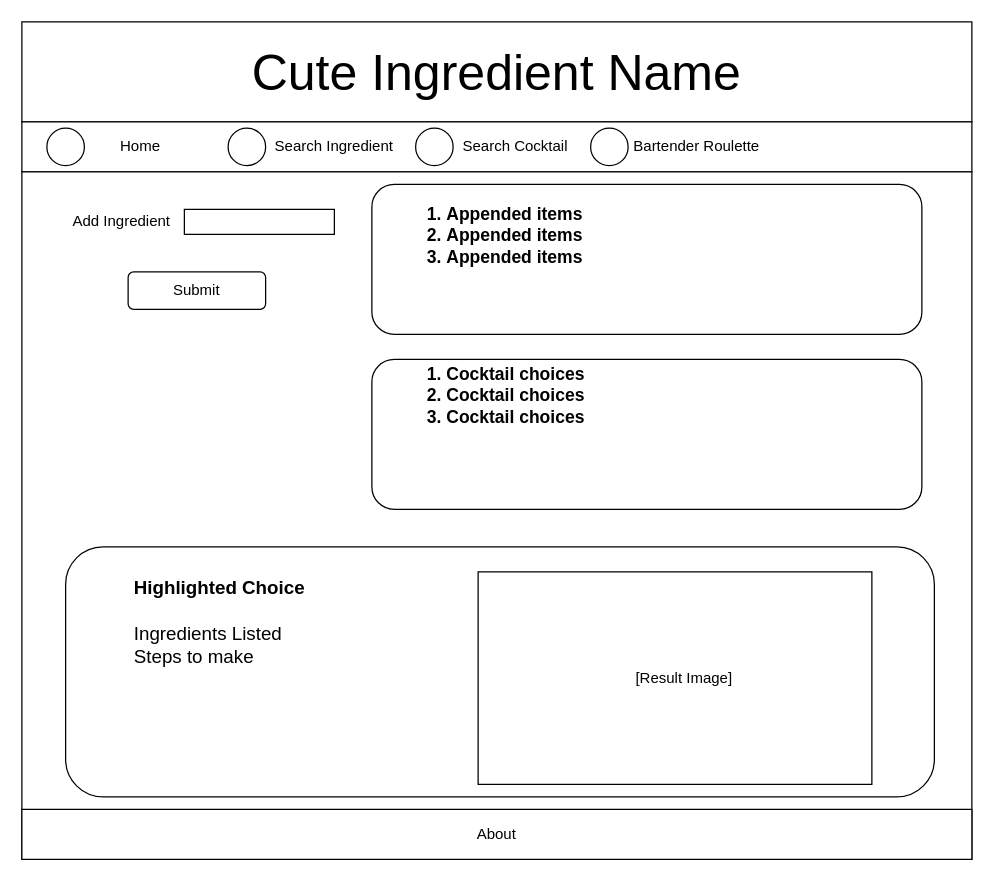
Before: page "Page 3" (3 of 4) of GitDrunk.drawio in Party-of-Five/gitDrunk, a draw.io diagram. Source tidied: cells renumbered, new cells numbered last; positions are measured from the earlier drawing's top-left corner, leaving out a move shared by most shapes. Both pictures are drawn from the tidied source at 125%, with x=0, y=0 at pixel (21, 21).
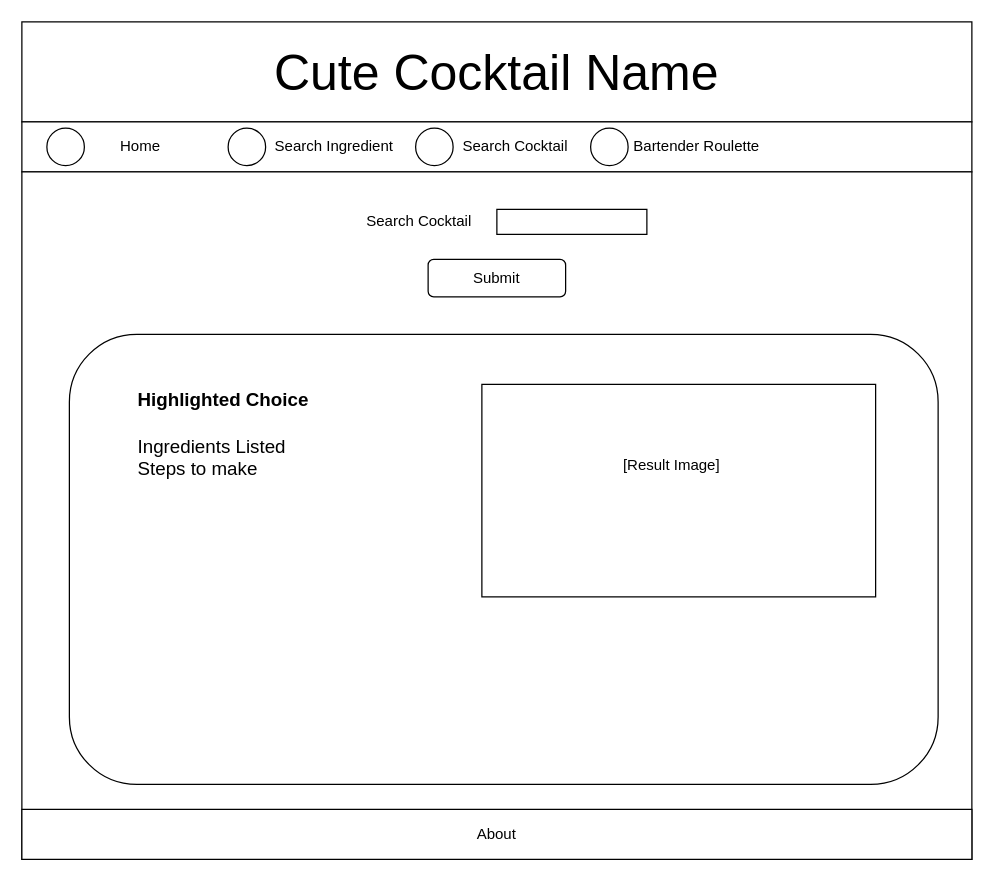
Above is the later version.

The edit, as a diff of the source:
```diff
@@
-    <mxCell id="3" value="&lt;font style=&quot;font-size: 40px&quot;&gt;Cute Ingredient Name&lt;/font&gt;" style="text;html=1;strokeColor=none;fillColor=none;align=center;verticalAlign=middle;whiteSpace=wrap;rounded=0;" parent="1" vertex="1">
+    <mxCell id="3" value="&lt;font style=&quot;font-size: 40px&quot;&gt;Cute Cocktail Name&lt;/font&gt;" style="text;html=1;strokeColor=none;fillColor=none;align=center;verticalAlign=middle;whiteSpace=wrap;rounded=0;" parent="1" vertex="1">
       <mxGeometry x="120" width="520" height="80" as="geometry" />
     </mxCell>
@@
-    <mxCell id="16" value="Add Ingredient" style="text;html=1;strokeColor=none;fillColor=none;align=center;verticalAlign=middle;whiteSpace=wrap;rounded=0;" parent="1" vertex="1">
-      <mxGeometry x="30" y="150" width="100" height="20" as="geometry" />
+    <mxCell id="16" value="Search Cocktail" style="text;html=1;strokeColor=none;fillColor=none;align=center;verticalAlign=middle;whiteSpace=wrap;rounded=0;" parent="1" vertex="1">
+      <mxGeometry x="268" y="150" width="100" height="20" as="geometry" />
     </mxCell>
     <mxCell id="17" style="rounded=0;whiteSpace=wrap;html=1;" parent="1" vertex="1">
-      <mxGeometry x="130" y="150" width="120" height="20" as="geometry" />
+      <mxGeometry x="380" y="150" width="120" height="20" as="geometry" />
     </mxCell>
-    <mxCell id="18" style="rounded=1;whiteSpace=wrap;html=1;" parent="1" vertex="1">
-      <mxGeometry x="280" y="130" width="440" height="120" as="geometry" />
-    </mxCell>
-    <mxCell id="19" value="&lt;h1&gt;&lt;ol style=&quot;font-size: 14px&quot;&gt;&lt;li&gt;Appended items&lt;/li&gt;&lt;li&gt;Appended items&lt;/li&gt;&lt;li&gt;Appended items&lt;/li&gt;&lt;/ol&gt;&lt;/h1&gt;" style="text;html=1;strokeColor=none;fillColor=none;spacing=5;spacingTop=-20;whiteSpace=wrap;overflow=hidden;rounded=0;" parent="1" vertex="1">
-      <mxGeometry x="295" y="140" width="190" height="120" as="geometry" />
-    </mxCell>
     <mxCell id="20" style="rounded=1;whiteSpace=wrap;html=1;" parent="1" vertex="1">
-      <mxGeometry x="85" y="200" width="110" height="30" as="geometry" />
+      <mxGeometry x="325" y="190" width="110" height="30" as="geometry" />
     </mxCell>
     <mxCell id="21" value="Submit" style="text;html=1;strokeColor=none;fillColor=none;align=center;verticalAlign=middle;whiteSpace=wrap;rounded=0;" parent="1" vertex="1">
-      <mxGeometry x="105" y="205" width="70" height="20" as="geometry" />
+      <mxGeometry x="345" y="195" width="70" height="20" as="geometry" />
     </mxCell>
     <mxCell id="22" style="rounded=1;whiteSpace=wrap;html=1;" parent="1" vertex="1">
-      <mxGeometry x="35" y="420" width="695" height="200" as="geometry" />
+      <mxGeometry x="38" y="250" width="695" height="360" as="geometry" />
     </mxCell>
     <mxCell id="23" style="rounded=0;whiteSpace=wrap;html=1;" parent="1" vertex="1">
-      <mxGeometry x="365" y="440" width="315" height="170" as="geometry" />
+      <mxGeometry x="368" y="290" width="315" height="170" as="geometry" />
     </mxCell>
     <mxCell id="24" value="[Result Image]" style="text;html=1;strokeColor=none;fillColor=none;align=center;verticalAlign=middle;whiteSpace=wrap;rounded=0;" parent="1" vertex="1">
-      <mxGeometry x="460" y="500" width="140" height="50" as="geometry" />
+      <mxGeometry x="450" y="330" width="140" height="50" as="geometry" />
     </mxCell>
     <mxCell id="25" value="&lt;h1&gt;&lt;span&gt;&lt;font style=&quot;font-size: 15px&quot;&gt;Highlighted Choice&lt;/font&gt;&lt;/span&gt;&lt;/h1&gt;&lt;div&gt;&lt;span&gt;&lt;font style=&quot;font-size: 15px&quot;&gt;Ingredients Listed&lt;/font&gt;&lt;/span&gt;&lt;/div&gt;&lt;div&gt;&lt;span&gt;&lt;font style=&quot;font-size: 15px&quot;&gt;Steps to make&lt;/font&gt;&lt;/span&gt;&lt;/div&gt;&lt;div&gt;&lt;span&gt;&lt;font style=&quot;font-size: 15px&quot;&gt;&lt;br&gt;&lt;/font&gt;&lt;/span&gt;&lt;/div&gt;&lt;h1&gt;&lt;br&gt;&lt;/h1&gt;" style="text;html=1;strokeColor=none;fillColor=none;spacing=5;spacingTop=-20;whiteSpace=wrap;overflow=hidden;rounded=0;" parent="1" vertex="1">
-      <mxGeometry x="85" y="430" width="190" height="150" as="geometry" />
+      <mxGeometry x="88" y="280" width="190" height="150" as="geometry" />
     </mxCell>
-    <mxCell id="26" style="rounded=1;whiteSpace=wrap;html=1;" parent="1" vertex="1">
-      <mxGeometry x="280" y="270" width="440" height="120" as="geometry" />
-    </mxCell>
-    <mxCell id="27" value="&lt;h1 style=&quot;font-size: 14px&quot;&gt;&lt;ol&gt;&lt;li&gt;Cocktail choices&lt;/li&gt;&lt;li&gt;Cocktail choices&lt;/li&gt;&lt;li&gt;Cocktail choices&lt;/li&gt;&lt;/ol&gt;&lt;/h1&gt;" style="text;html=1;strokeColor=none;fillColor=none;spacing=5;spacingTop=-20;whiteSpace=wrap;overflow=hidden;rounded=0;" parent="1" vertex="1">
-      <mxGeometry x="295" y="270" width="225" height="120" as="geometry" />
-    </mxCell>
```
